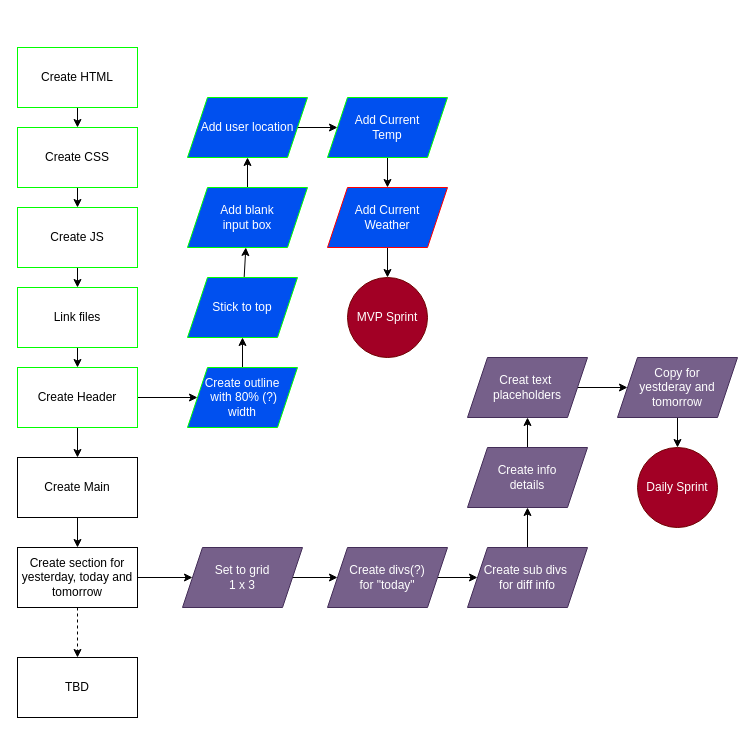
The draw.io diagram page "Design Sprint" (2 of 5) of Planner.drawio in DayHikari/WeatherApp, before the edit. Source tidied: cells renumbered, new cells numbered last; positions are measured from the earlier drawing's top-left corner, leaving out a move shared by most shapes. Both pictures are drawn from the tidied source at 100%, with x=0, y=0 at pixel (17, 17).
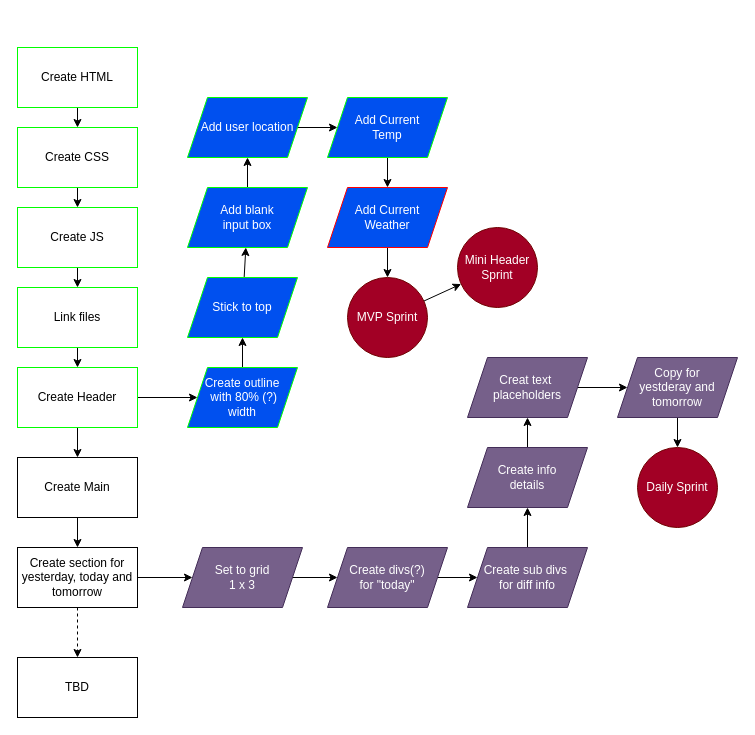
The same page after the edit.

The change refers to these unchanged cells:
```xml
<mxCell id="25" value="MVP Sprint" style="ellipse;whiteSpace=wrap;html=1;fillColor=#a20025;strokeColor=#6F0000;fontColor=#ffffff;" parent="1" vertex="1">
  <mxGeometry x="330" y="260" width="80" height="80" as="geometry" />
</mxCell>
```

Diff of the diagram source:
```diff
@@
+    <mxCell id="46" style="edgeStyle=none;html=1;fontSize=13;" parent="1" edge="1" source="25" target="47">
+      <mxGeometry relative="1" as="geometry" />
+    </mxCell>
@@
+    <mxCell id="47" value="Mini Header Sprint" style="ellipse;whiteSpace=wrap;html=1;fillColor=#a20025;strokeColor=#6F0000;fontColor=#ffffff;" parent="1" vertex="1">
+      <mxGeometry x="440" y="210" width="80" height="80" as="geometry" />
+    </mxCell>
```
